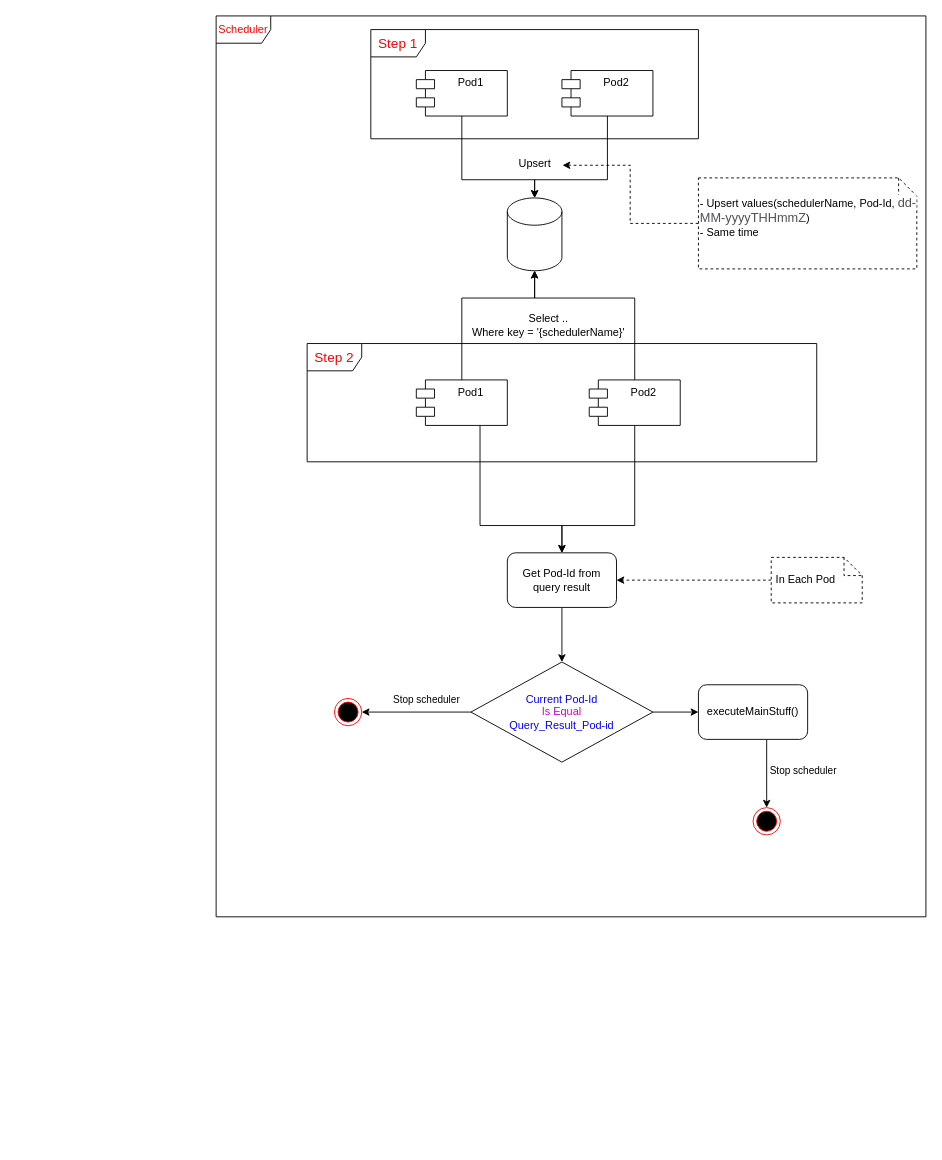
Above: Leader election.drawio in lnsbinh/rule-charts (draw.io), before the change. Source tidied: cells renumbered, new cells numbered last; positions are measured from the earlier drawing's top-left corner, leaving out a move shared by most shapes. Both pictures are drawn from the tidied source at 91%, with x=0, y=0 at pixel (216, 15).
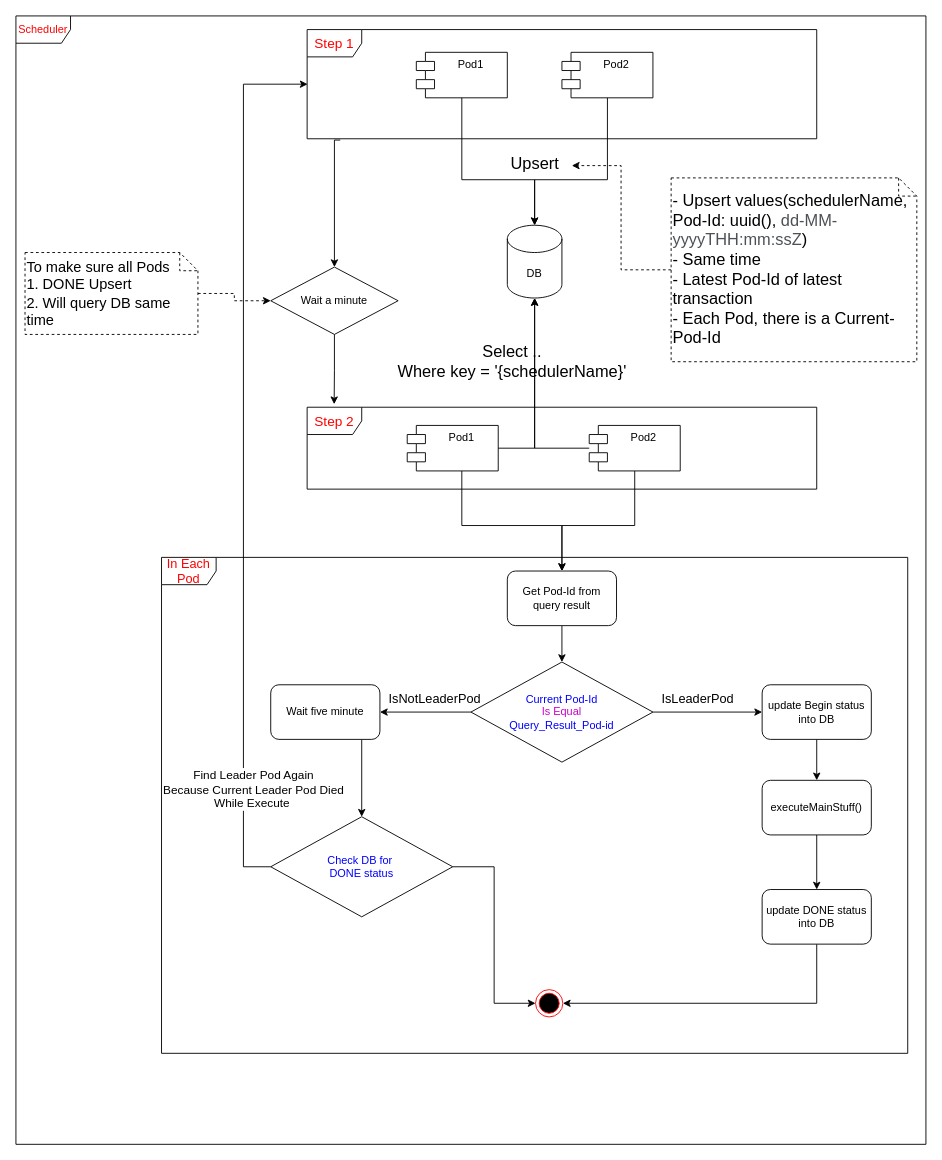
The same diagram, later.

The change refers to these unchanged cells:
```xml
<mxCell id="24" value="&lt;font color=&quot;#0000ff&quot;&gt;Current Pod-Id&lt;/font&gt;&lt;br&gt;&lt;font color=&quot;#cc00cc&quot;&gt;Is Equal&lt;/font&gt;&lt;br&gt;&lt;font color=&quot;#0000ff&quot;&gt;Query_Result_Pod-id&lt;/font&gt;" style="rhombus;whiteSpace=wrap;html=1;" parent="1" vertex="1">
  <mxGeometry x="280" y="710" width="200" height="110" as="geometry" />
</mxCell>
```

Diff of the diagram source:
```diff
@@
     <mxCell id="2" value="Pod1" style="shape=module;align=left;spacingLeft=20;align=center;verticalAlign=top;whiteSpace=wrap;html=1;" parent="1" vertex="1">
-      <mxGeometry x="220" y="60" width="100" height="50" as="geometry" />
+      <mxGeometry x="220" y="40" width="100" height="50" as="geometry" />
     </mxCell>
@@
     <mxCell id="4" value="Pod2" style="shape=module;align=left;spacingLeft=20;align=center;verticalAlign=top;whiteSpace=wrap;html=1;" parent="1" vertex="1">
-      <mxGeometry x="380" y="60" width="100" height="50" as="geometry" />
+      <mxGeometry x="380" y="40" width="100" height="50" as="geometry" />
     </mxCell>
     <mxCell id="5" style="edgeStyle=orthogonalEdgeStyle;rounded=0;jettySize=auto;html=1;entryX=0.5;entryY=0;entryDx=0;entryDy=0;" parent="1" edge="1" source="6" target="20">
       <mxGeometry relative="1" as="geometry">
         <Array as="points">
-          <mxPoint x="290" y="560" />
+          <mxPoint x="270" y="560" />
           <mxPoint x="380" y="560" />
         </Array>
       </mxGeometry>
     </mxCell>
     <mxCell id="6" value="Pod1" style="shape=module;align=left;spacingLeft=20;align=center;verticalAlign=top;whiteSpace=wrap;html=1;" parent="1" vertex="1">
-      <mxGeometry x="220" y="400" width="100" height="50" as="geometry" />
+      <mxGeometry x="210" y="450" width="100" height="50" as="geometry" />
     </mxCell>
     <mxCell id="7" style="edgeStyle=orthogonalEdgeStyle;rounded=0;jettySize=auto;html=1;" parent="1" edge="1" source="9" target="11">
       <mxGeometry relative="1" as="geometry">
         <Array as="points">
-          <mxPoint x="460" y="310" />
-          <mxPoint x="350" y="310" />
+          <mxPoint x="350" y="475" />
         </Array>
       </mxGeometry>
     </mxCell>
@@
     <mxCell id="9" value="Pod2" style="shape=module;align=left;spacingLeft=20;align=center;verticalAlign=top;whiteSpace=wrap;html=1;" parent="1" vertex="1">
-      <mxGeometry x="410" y="400" width="100" height="50" as="geometry" />
+      <mxGeometry x="410" y="450" width="100" height="50" as="geometry" />
     </mxCell>
-    <mxCell id="10" value="- Upsert values(schedulerName, Pod-Id,&amp;nbsp;&lt;span style=&quot;color: rgb(77, 81, 86); font-family: arial, sans-serif; font-size: 14px; background-color: rgb(255, 255, 255);&quot;&gt;dd-MM-yyyyTHHmmZ&lt;/span&gt;)&lt;br&gt;- Same time&lt;div&gt;&lt;br&gt;&lt;/div&gt;" style="shape=note;size=20;whiteSpace=wrap;html=1;align=left;dashed=1;" parent="1" vertex="1">
-      <mxGeometry x="530" y="178" width="240" height="100" as="geometry" />
+    <mxCell id="10" value="&lt;font style=&quot;font-size: 18px;&quot;&gt;- Upsert values(schedulerName, Pod-Id: uuid(),&amp;nbsp;&lt;span style=&quot;color: rgb(77, 81, 86); font-family: arial, sans-serif; background-color: rgb(255, 255, 255);&quot;&gt;dd-MM-yyyyTHH:mm:ssZ&lt;/span&gt;)&lt;br&gt;- Same time&lt;/font&gt;&lt;div style=&quot;font-size: 18px;&quot;&gt;- Latest Pod-Id of latest transaction&lt;/div&gt;&lt;div style=&quot;font-size: 18px;&quot;&gt;- Each Pod, there is a Current-Pod-Id&lt;/div&gt;" style="shape=note;size=20;whiteSpace=wrap;html=1;align=left;dashed=1;" parent="1" vertex="1">
+      <mxGeometry x="500" y="178" width="270" height="202" as="geometry" />
     </mxCell>
-    <mxCell id="11" style="shape=cylinder3;whiteSpace=wrap;html=1;boundedLbl=1;backgroundOutline=1;size=15;" parent="1" vertex="1">
-      <mxGeometry x="320" y="200" width="60" height="80" as="geometry" />
+    <mxCell id="11" value="DB" style="shape=cylinder3;whiteSpace=wrap;html=1;boundedLbl=1;backgroundOutline=1;size=15;" parent="1" vertex="1">
+      <mxGeometry x="320" y="230" width="60" height="80" as="geometry" />
     </mxCell>
+    <mxCell id="33" style="edgeStyle=orthogonalEdgeStyle;rounded=0;jettySize=auto;html=1;entryX=0.5;entryY=0;entryDx=0;entryDy=0;exitX=0.065;exitY=1.012;exitDx=0;exitDy=0;exitPerimeter=0;" parent="1" edge="1" source="12" target="39">
+      <mxGeometry relative="1" as="geometry">
+        <Array as="points">
+          <mxPoint x="130" y="136" />
+        </Array>
+      </mxGeometry>
+    </mxCell>
     <mxCell id="12" value="&lt;font color=&quot;#ff0000&quot; style=&quot;font-size: 15px;&quot;&gt;Step 1&lt;/font&gt;" style="shape=umlFrame;whiteSpace=wrap;html=1;" parent="1" vertex="1">
-      <mxGeometry x="170" y="15" width="360" height="120" as="geometry" />
+      <mxGeometry x="100" y="15" width="560" height="120" as="geometry" />
     </mxCell>
@@
-    <mxCell id="14" value="Upsert" style="text;html=1;align=center;verticalAlign=middle;points=[];strokeColor=none;fillColor=none;" parent="1" vertex="1">
-      <mxGeometry x="320" y="148" width="60" height="30" as="geometry" />
+    <mxCell id="14" value="&lt;font style=&quot;font-size: 18px;&quot;&gt;Upsert&lt;/font&gt;" style="text;html=1;align=center;verticalAlign=middle;points=[];strokeColor=none;fillColor=none;" parent="1" vertex="1">
+      <mxGeometry x="310" y="143" width="80" height="40" as="geometry" />
     </mxCell>
@@
     <mxCell id="16" value="&lt;font color=&quot;#ff0000&quot; style=&quot;font-size: 15px;&quot;&gt;Step 2&lt;/font&gt;" style="shape=umlFrame;whiteSpace=wrap;html=1;" parent="1" vertex="1">
-      <mxGeometry x="100" y="360" width="560" height="130" as="geometry" />
+      <mxGeometry x="100" y="430" width="560" height="90" as="geometry" />
     </mxCell>
     <mxCell id="17" style="edgeStyle=orthogonalEdgeStyle;rounded=0;jettySize=auto;html=1;entryX=0.5;entryY=1;entryDx=0;entryDy=0;entryPerimeter=0;" parent="1" edge="1" source="6" target="11">
       <mxGeometry relative="1" as="geometry">
         <Array as="points">
-          <mxPoint x="270" y="310" />
-          <mxPoint x="350" y="310" />
+          <mxPoint x="350" y="475" />
         </Array>
       </mxGeometry>
     </mxCell>
-    <mxCell id="18" value="Select .. &lt;br&gt;Where key = '{schedulerName}'" style="text;html=1;align=center;verticalAlign=middle;strokeColor=none;fillColor=none;" parent="1" vertex="1">
-      <mxGeometry x="270" y="320" width="190" height="40" as="geometry" />
+    <mxCell id="18" value="&lt;font style=&quot;font-size: 18px;&quot;&gt;Select .. &lt;br&gt;Where key = '{schedulerName}'&lt;/font&gt;" style="text;html=1;align=center;verticalAlign=middle;strokeColor=none;fillColor=none;" parent="1" vertex="1">
+      <mxGeometry x="190" y="350" width="270" height="60" as="geometry" />
     </mxCell>
@@
     <mxCell id="20" value="Get Pod-Id from query result" style="rounded=1;whiteSpace=wrap;html=1;" parent="1" vertex="1">
-      <mxGeometry x="320" y="590" width="120" height="60" as="geometry" />
+      <mxGeometry x="320" y="610" width="120" height="60" as="geometry" />
     </mxCell>
-    <mxCell id="21" style="edgeStyle=orthogonalEdgeStyle;rounded=0;jettySize=auto;html=1;exitX=1;exitY=0.5;exitDx=0;exitDy=0;" parent="1" edge="1" source="24" target="26">
-      <mxGeometry relative="1" as="geometry" />
-    </mxCell>
-    <mxCell id="22" style="edgeStyle=orthogonalEdgeStyle;rounded=0;jettySize=auto;html=1;exitX=0;exitY=0.5;exitDx=0;exitDy=0;entryX=1;entryY=0.5;entryDx=0;entryDy=0;" parent="1" edge="1" source="24" target="27">
-      <mxGeometry relative="1" as="geometry" />
-    </mxCell>
-    <mxCell id="23" value="Stop scheduler" style="edgeLabel;html=1;align=center;verticalAlign=middle;" parent="22" vertex="1">
-      <mxGeometry x="0.19" y="-3" relative="1" as="geometry">
-        <mxPoint x="21" y="-12" as="offset" />
-      </mxGeometry>
-    </mxCell>
+    <mxCell id="34" style="edgeStyle=orthogonalEdgeStyle;rounded=0;jettySize=auto;html=1;entryX=0;entryY=0.5;entryDx=0;entryDy=0;" parent="1" edge="1" source="24" target="42">
+      <mxGeometry relative="1" as="geometry" />
+    </mxCell>
+    <mxCell id="35" value="&lt;font style=&quot;font-size: 14px;&quot;&gt;IsLeaderPod&lt;/font&gt;" style="edgeLabel;html=1;align=center;verticalAlign=middle;" parent="34" vertex="1">
+      <mxGeometry x="-0.2" y="2" relative="1" as="geometry">
+        <mxPoint y="-13" as="offset" />
+      </mxGeometry>
+    </mxCell>
+    <mxCell id="36" style="edgeStyle=orthogonalEdgeStyle;rounded=0;jettySize=auto;html=1;entryX=1;entryY=0.5;entryDx=0;entryDy=0;" parent="1" edge="1" source="24" target="49">
+      <mxGeometry relative="1" as="geometry" />
+    </mxCell>
+    <mxCell id="37" value="&lt;font style=&quot;font-size: 14px;&quot;&gt;IsNotLeaderPod&lt;/font&gt;" style="edgeLabel;html=1;align=center;verticalAlign=middle;" parent="36" vertex="1">
+      <mxGeometry x="0.29" y="-1" relative="1" as="geometry">
+        <mxPoint x="24" y="-14" as="offset" />
+      </mxGeometry>
+    </mxCell>
@@
-    <mxCell id="25" style="edgeStyle=orthogonalEdgeStyle;rounded=0;jettySize=auto;html=1;" parent="1" edge="1" source="26" target="32">
-      <mxGeometry relative="1" as="geometry">
-        <Array as="points">
-          <mxPoint x="605" y="820" />
-          <mxPoint x="605" y="820" />
-        </Array>
-      </mxGeometry>
-    </mxCell>
+    <mxCell id="38" style="edgeStyle=orthogonalEdgeStyle;rounded=0;jettySize=auto;html=1;entryX=0.5;entryY=0;entryDx=0;entryDy=0;" parent="1" edge="1" source="26" target="46">
+      <mxGeometry relative="1" as="geometry" />
+    </mxCell>
     <mxCell id="26" value="executeMainStuff()" style="rounded=1;whiteSpace=wrap;html=1;" parent="1" vertex="1">
-      <mxGeometry x="530" y="735" width="120" height="60" as="geometry" />
+      <mxGeometry x="600" y="840" width="120" height="60" as="geometry" />
     </mxCell>
-    <mxCell id="27" style="ellipse;html=1;shape=endState;fillColor=#000000;strokeColor=#ff0000;" parent="1" vertex="1">
-      <mxGeometry x="130" y="750" width="30" height="30" as="geometry" />
-    </mxCell>
     <mxCell id="28" value="&lt;font color=&quot;#ff0000&quot;&gt;Scheduler&lt;/font&gt;" style="shape=umlFrame;whiteSpace=wrap;html=1;" parent="1" vertex="1">
-      <mxGeometry width="780" height="990" as="geometry" />
+      <mxGeometry x="-220" width="1000" height="1240" as="geometry" />
     </mxCell>
-    <mxCell id="29" style="edgeStyle=orthogonalEdgeStyle;rounded=0;jettySize=auto;html=1;entryX=1;entryY=0.5;entryDx=0;entryDy=0;dashed=1;" parent="1" edge="1" source="30" target="20">
-      <mxGeometry relative="1" as="geometry" />
-    </mxCell>
+    <mxCell id="39" value="Wait a minute" style="shape=rhombus;perimeter=rhombusPerimeter;whiteSpace=wrap;html=1;align=center;" parent="1" vertex="1">
+      <mxGeometry x="60" y="276" width="140" height="74" as="geometry" />
+    </mxCell>
+    <mxCell id="40" style="edgeStyle=orthogonalEdgeStyle;rounded=0;jettySize=auto;html=1;entryX=0.053;entryY=-0.037;entryDx=0;entryDy=0;entryPerimeter=0;" parent="1" edge="1" source="39" target="16">
+      <mxGeometry relative="1" as="geometry" />
+    </mxCell>
+    <mxCell id="41" style="edgeStyle=orthogonalEdgeStyle;rounded=0;jettySize=auto;html=1;" parent="1" edge="1" source="42" target="26">
+      <mxGeometry relative="1" as="geometry" />
+    </mxCell>
+    <mxCell id="42" value="update Begin status&lt;br&gt;into DB" style="rounded=1;whiteSpace=wrap;html=1;" parent="1" vertex="1">
+      <mxGeometry x="600" y="735" width="120" height="60" as="geometry" />
+    </mxCell>
+    <mxCell id="43" style="edgeStyle=orthogonalEdgeStyle;rounded=0;jettySize=auto;html=1;dashed=1;" parent="1" edge="1" source="44" target="39">
+      <mxGeometry relative="1" as="geometry" />
+    </mxCell>
+    <mxCell id="44" value="&lt;div style=&quot;font-size: 16px;&quot;&gt;To make sure all Pods&lt;br&gt;1. DONE Upsert&lt;br&gt;2. Will query DB same time&lt;/div&gt;" style="shape=note;size=20;whiteSpace=wrap;html=1;align=left;dashed=1;" parent="1" vertex="1">
+      <mxGeometry x="-210" y="260" width="190" height="90" as="geometry" />
+    </mxCell>
+    <mxCell id="45" style="edgeStyle=orthogonalEdgeStyle;rounded=0;jettySize=auto;html=1;entryX=1;entryY=0.5;entryDx=0;entryDy=0;" parent="1" edge="1" source="46" target="47">
+      <mxGeometry relative="1" as="geometry">
+        <Array as="points">
+          <mxPoint x="660" y="1085" />
+        </Array>
+      </mxGeometry>
+    </mxCell>
+    <mxCell id="46" value="update DONE status&lt;br&gt;into DB" style="rounded=1;whiteSpace=wrap;html=1;" parent="1" vertex="1">
+      <mxGeometry x="600" y="960" width="120" height="60" as="geometry" />
+    </mxCell>
+    <mxCell id="47" style="ellipse;html=1;shape=endState;fillColor=#000000;strokeColor=#ff0000;" parent="1" vertex="1">
+      <mxGeometry x="351" y="1070" width="30" height="30" as="geometry" />
+    </mxCell>
+    <mxCell id="48" style="edgeStyle=orthogonalEdgeStyle;rounded=0;jettySize=auto;html=1;entryX=0.5;entryY=0;entryDx=0;entryDy=0;" parent="1" edge="1" source="49" target="51">
+      <mxGeometry relative="1" as="geometry">
+        <Array as="points">
+          <mxPoint x="160" y="810" />
+          <mxPoint x="160" y="810" />
+        </Array>
+      </mxGeometry>
+    </mxCell>
+    <mxCell id="49" value="Wait five minute" style="rounded=1;whiteSpace=wrap;html=1;" parent="1" vertex="1">
+      <mxGeometry x="60" y="735" width="120" height="60" as="geometry" />
+    </mxCell>
+    <mxCell id="50" style="edgeStyle=orthogonalEdgeStyle;rounded=0;jettySize=auto;html=1;entryX=0;entryY=0.5;entryDx=0;entryDy=0;" parent="1" edge="1" source="51" target="47">
+      <mxGeometry relative="1" as="geometry" />
+    </mxCell>
+    <mxCell id="51" value="&lt;font color=&quot;#0000ff&quot;&gt;Check DB for&amp;nbsp;&lt;br&gt;DONE status&lt;/font&gt;" style="rhombus;whiteSpace=wrap;html=1;" parent="1" vertex="1">
+      <mxGeometry x="60" y="880" width="200" height="110" as="geometry" />
+    </mxCell>
+    <mxCell id="52" style="edgeStyle=orthogonalEdgeStyle;rounded=0;jettySize=auto;html=1;entryX=0.001;entryY=0.5;entryDx=0;entryDy=0;entryPerimeter=0;" parent="1" edge="1" source="51" target="12">
+      <mxGeometry relative="1" as="geometry">
+        <Array as="points">
+          <mxPoint x="30" y="935" />
+          <mxPoint x="30" y="75" />
+        </Array>
+      </mxGeometry>
+    </mxCell>
+    <mxCell id="53" value="&lt;font style=&quot;font-size: 13px;&quot;&gt;Find Leader Pod Again&lt;br&gt;Because Current Leader Pod Died &lt;br&gt;While Execute&amp;nbsp;&lt;/font&gt;" style="edgeLabel;html=1;align=center;verticalAlign=middle;" parent="52" vertex="1">
+      <mxGeometry x="-0.83" y="-2" relative="1" as="geometry">
+        <mxPoint x="8" y="-34" as="offset" />
+      </mxGeometry>
+    </mxCell>
-    <mxCell id="30" value="&lt;div&gt;&amp;nbsp;In Each Pod&lt;/div&gt;" style="shape=note;size=20;whiteSpace=wrap;html=1;align=left;dashed=1;" parent="1" vertex="1">
-      <mxGeometry x="610" y="595" width="100" height="50" as="geometry" />
+    <mxCell id="30" value="&lt;font color=&quot;#ff0000&quot; style=&quot;font-size: 14px;&quot;&gt;In Each Pod&lt;/font&gt;" style="shape=umlFrame;whiteSpace=wrap;html=1;" parent="1" vertex="1">
+      <mxGeometry x="-60" y="595" width="820" height="545" as="geometry" />
     </mxCell>
-    <mxCell id="31" value="Stop scheduler" style="edgeLabel;html=1;align=center;verticalAlign=middle;" parent="1" vertex="1">
-      <mxGeometry x="680" y="840" as="geometry">
-        <mxPoint x="-36" y="-11" as="offset" />
-      </mxGeometry>
-    </mxCell>
-    <mxCell id="32" style="ellipse;html=1;shape=endState;fillColor=#000000;strokeColor=#ff0000;" parent="1" vertex="1">
-      <mxGeometry x="590" y="870" width="30" height="30" as="geometry" />
-    </mxCell>
```
